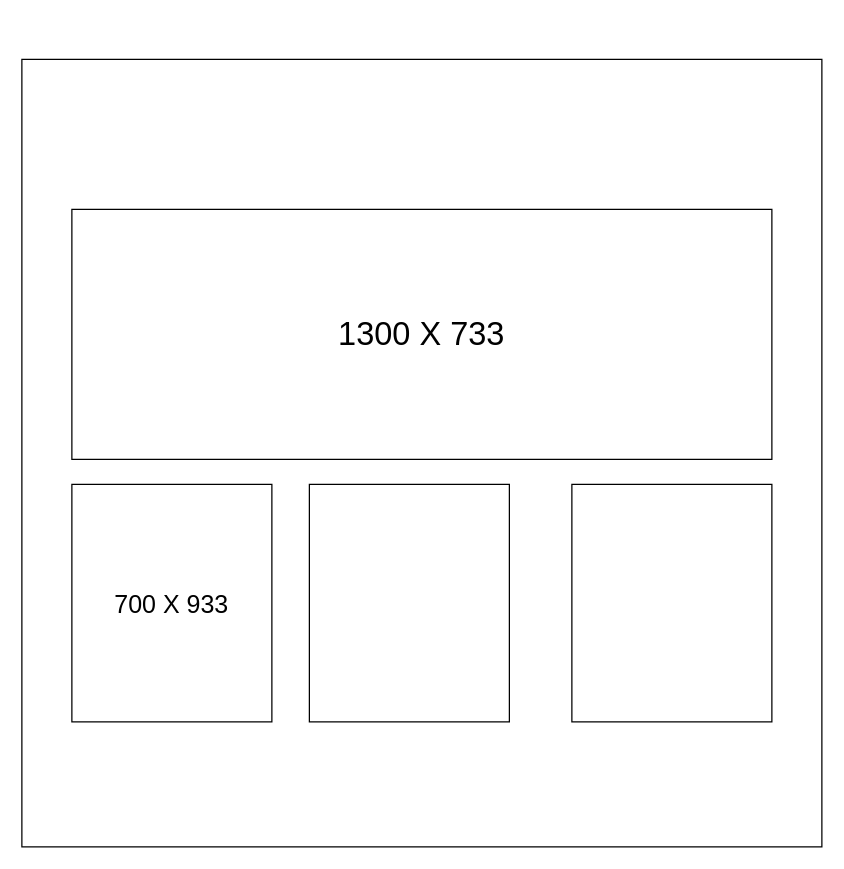
Before: DJBIS.drawio in biswarup81/drawings, a draw.io diagram. Source tidied: cells renumbered, new cells numbered last; positions are measured from the earlier drawing's top-left corner, leaving out a move shared by most shapes. Both pictures are drawn from the tidied source at 125%, with x=0, y=0 at pixel (21, 59).
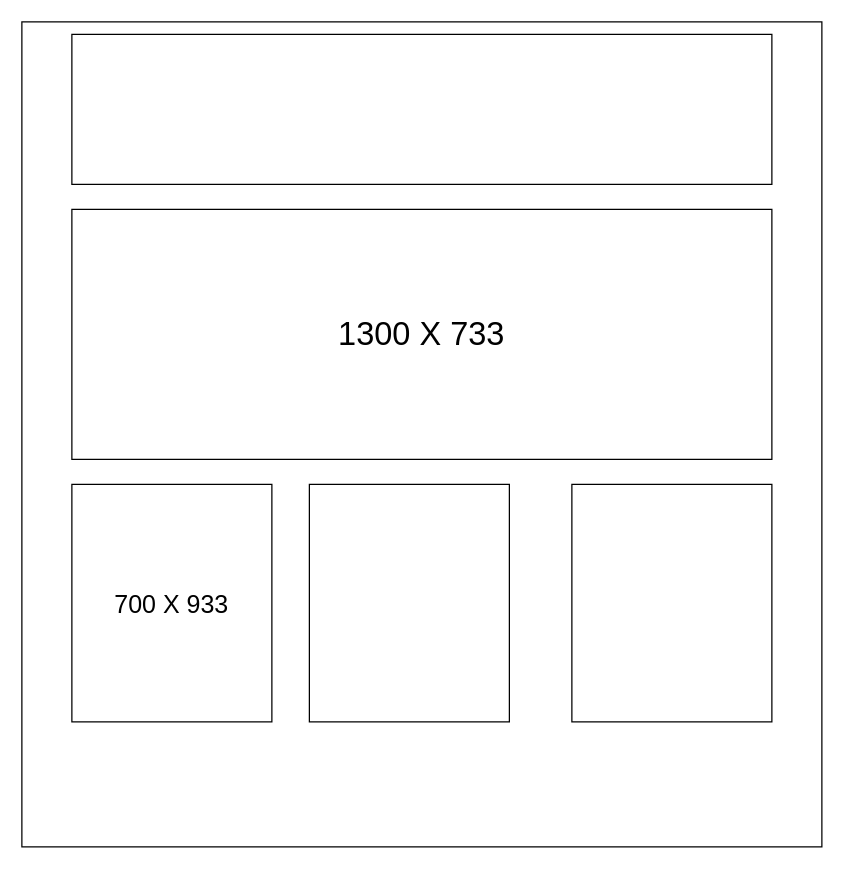
Above is the later version.

Change to the diagram source:
```diff
@@
 <mxGraphModel>
   <root>
     <mxCell id="0" />
     <mxCell id="1" parent="0" />
     <mxCell id="2" style="rounded=0;whiteSpace=wrap;html=1;" parent="1" vertex="1">
-      <mxGeometry width="640" height="630" as="geometry" />
+      <mxGeometry y="-30" width="640" height="660" as="geometry" />
     </mxCell>
     <mxCell id="3" value="&lt;font style=&quot;font-size: 26px;&quot;&gt;1300 X 733&lt;/font&gt;" style="rounded=0;whiteSpace=wrap;html=1;" parent="1" vertex="1">
       <mxGeometry x="40" y="120" width="560" height="200" as="geometry" />
     </mxCell>
     <mxCell id="4" value="&lt;font style=&quot;font-size: 20px;&quot;&gt;700 X 933&lt;/font&gt;" style="rounded=0;whiteSpace=wrap;html=1;" parent="1" vertex="1">
       <mxGeometry x="40" y="340" width="160" height="190" as="geometry" />
     </mxCell>
     <mxCell id="5" style="rounded=0;whiteSpace=wrap;html=1;" parent="1" vertex="1">
       <mxGeometry x="230" y="340" width="160" height="190" as="geometry" />
     </mxCell>
     <mxCell id="6" style="rounded=0;whiteSpace=wrap;html=1;" parent="1" vertex="1">
       <mxGeometry x="440" y="340" width="160" height="190" as="geometry" />
     </mxCell>
+    <mxCell id="7" style="rounded=0;whiteSpace=wrap;html=1;" parent="1" vertex="1">
+      <mxGeometry x="40" y="-20" width="560" height="120" as="geometry" />
+    </mxCell>
   </root>
 </mxGraphModel>
```
